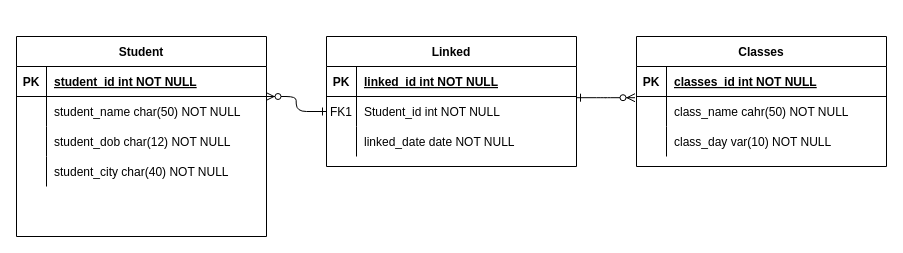
Above: images/ERD02-09-21.drawio in MrLucien-Johnson/Class_enrollment_Project (draw.io), before the change. Source tidied: cells renumbered, new cells numbered last; positions are measured from the earlier drawing's top-left corner, leaving out a move shared by most shapes. Both pictures are drawn from the tidied source at 100%, with x=0, y=0 at pixel (16, 36).
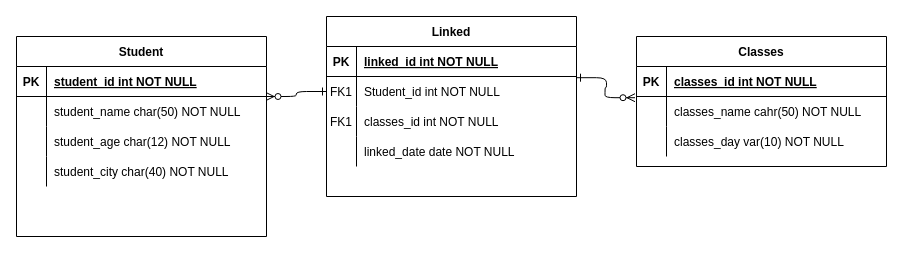
Above is the later version.

Unchanged cells that the change refers to:
```xml
<mxCell id="17" style="shape=partialRectangle;fillColor=none;points=[[0,0.5],[1,0.5]];portConstraint=eastwest;top=0;left=0;right=0;bottom=0;" parent="13" vertex="1">
  <mxGeometry y="60" width="250" height="30" as="geometry" />
</mxCell>
<mxCell id="20" style="shape=partialRectangle;fillColor=none;top=0;left=0;right=0;bottom=0;" parent="13" vertex="1">
  <mxGeometry y="90" width="250" height="30" as="geometry" />
</mxCell>
<mxCell id="30" style="shape=partialRectangle;fillColor=none;top=0;left=0;right=0;bottom=0;" parent="23" vertex="1">
  <mxGeometry y="90" width="250" height="30" as="geometry" />
</mxCell>
```

Diff of the diagram source:
```diff
@@
     <mxCell id="3" value="Linked" style="shape=table;startSize=30;childLayout=tableLayout;rowLines=0;fontStyle=1;align=center;" parent="1" vertex="1">
-      <mxGeometry x="310" width="250" height="130" as="geometry" />
+      <mxGeometry x="310" y="-20" width="250" height="180" as="geometry" />
     </mxCell>
@@
+    <mxCell id="37" style="shape=partialRectangle;fillColor=none;top=0;left=0;right=0;bottom=0;" parent="3" vertex="1">
+      <mxGeometry y="90" width="250" height="30" as="geometry" />
+    </mxCell>
+    <mxCell id="38" value="FK1" style="shape=partialRectangle;overflow=hidden;fillColor=none;top=0;left=0;bottom=0;right=0;" parent="37" vertex="1">
+      <mxGeometry width="30" height="30" as="geometry" />
+    </mxCell>
+    <mxCell id="39" value="classes_id int NOT NULL" style="shape=partialRectangle;overflow=hidden;fillColor=none;top=0;left=0;bottom=0;right=0;align=left;spacingLeft=6;" parent="37" vertex="1">
+      <mxGeometry x="30" width="220" height="30" as="geometry" />
+    </mxCell>
     <mxCell id="10" style="shape=partialRectangle;fillColor=none;top=0;left=0;right=0;bottom=0;" parent="3" vertex="1">
-      <mxGeometry y="90" width="250" height="30" as="geometry" />
+      <mxGeometry y="120" width="250" height="30" as="geometry" />
     </mxCell>
@@
-    <mxCell id="19" value="class_name cahr(50) NOT NULL" style="shape=partialRectangle;overflow=hidden;fillColor=none;top=0;left=0;bottom=0;right=0;align=left;spacingLeft=6;" parent="17" vertex="1">
+    <mxCell id="19" value="classes_name cahr(50) NOT NULL" style="shape=partialRectangle;overflow=hidden;fillColor=none;top=0;left=0;bottom=0;right=0;align=left;spacingLeft=6;" parent="17" vertex="1">
       <mxGeometry x="30" width="220" height="30" as="geometry" />
     </mxCell>
@@
-    <mxCell id="22" value="class_day var(10) NOT NULL" style="shape=partialRectangle;overflow=hidden;fillColor=none;top=0;left=0;bottom=0;right=0;align=left;spacingLeft=6;" parent="20" vertex="1">
+    <mxCell id="22" value="classes_day var(10) NOT NULL" style="shape=partialRectangle;overflow=hidden;fillColor=none;top=0;left=0;bottom=0;right=0;align=left;spacingLeft=6;" parent="20" vertex="1">
       <mxGeometry x="30" width="220" height="30" as="geometry" />
     </mxCell>
@@
-    <mxCell id="32" value="student_dob char(12) NOT NULL" style="shape=partialRectangle;overflow=hidden;fillColor=none;top=0;left=0;bottom=0;right=0;align=left;spacingLeft=6;" parent="30" vertex="1">
+    <mxCell id="32" value="student_age char(12) NOT NULL" style="shape=partialRectangle;overflow=hidden;fillColor=none;top=0;left=0;bottom=0;right=0;align=left;spacingLeft=6;" parent="30" vertex="1">
       <mxGeometry x="30" width="220" height="30" as="geometry" />
     </mxCell>
```
